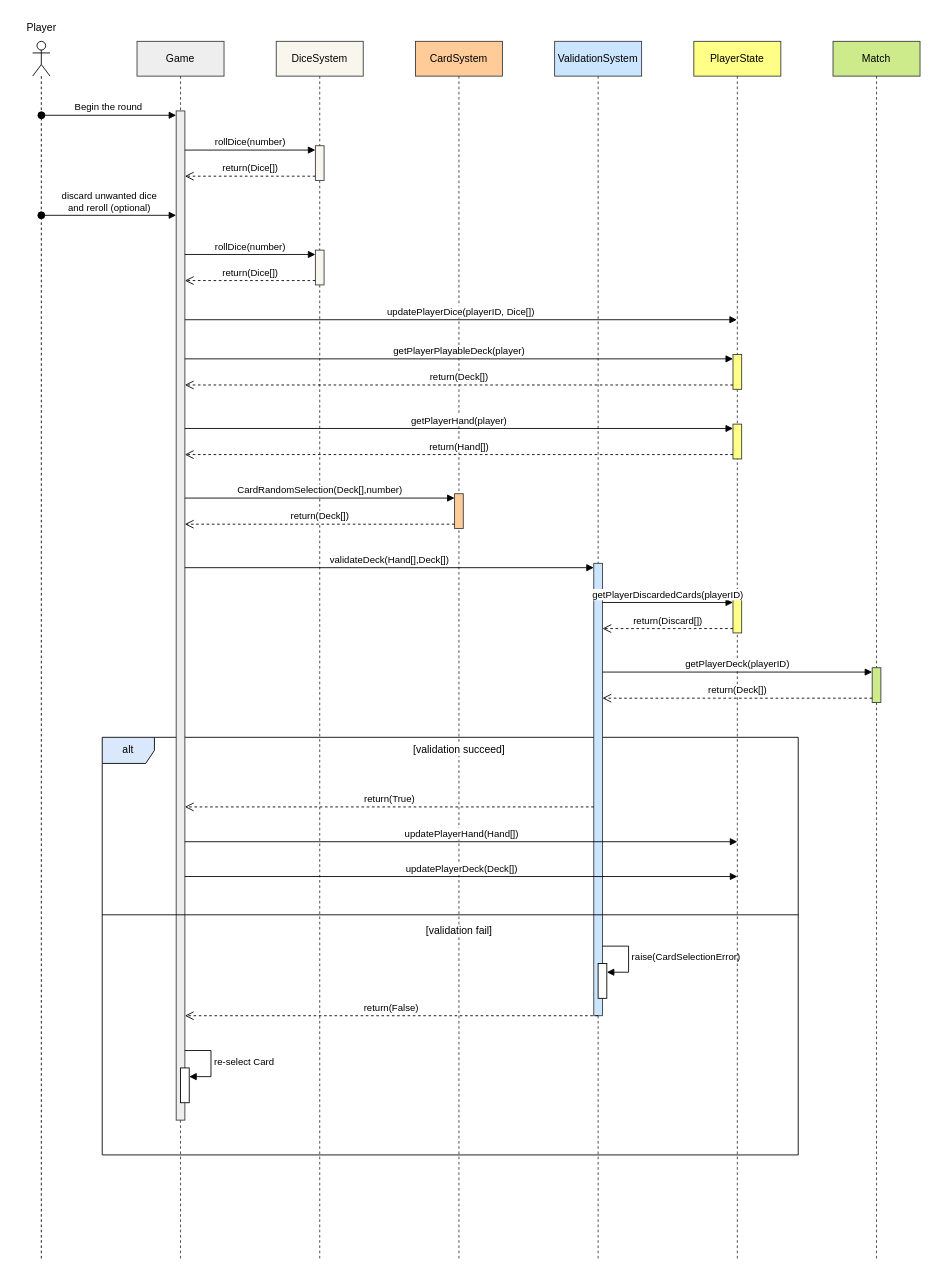
The draw.io diagram planning/game mechanics/Round Beginning.drawio in Crythemoon/PokemonBoardGame, before the edit. Source tidied: cells renumbered, new cells numbered last; positions are measured from the earlier drawing's top-left corner, leaving out a move shared by most shapes. Both pictures are drawn from the tidied source at 87%, with x=0, y=0 at pixel (15, 15).
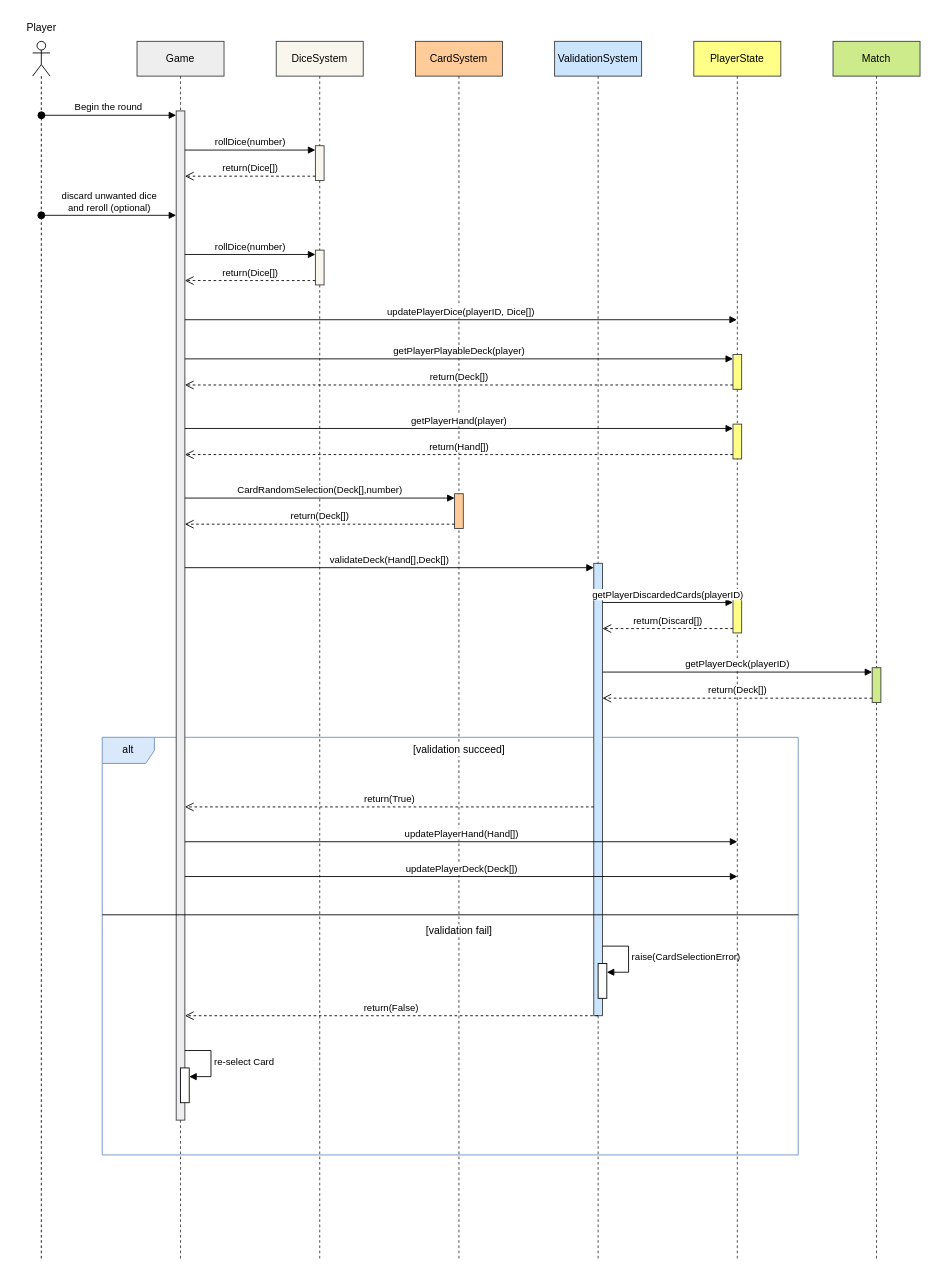
The same diagram, later.

The edit, as a diff of the source:
```diff
@@
-    <mxCell id="2" value="alt" style="shape=umlFrame;whiteSpace=wrap;html=1;fillColor=#dae8fc;strokeColor=default;shadow=0;swimlaneFillColor=none;fillStyle=auto;" parent="1" vertex="1">
+    <mxCell id="2" value="alt" style="shape=umlFrame;whiteSpace=wrap;html=1;fillColor=#dae8fc;strokeColor=#6c8ebf;shadow=0;swimlaneFillColor=none;fillStyle=auto;" parent="1" vertex="1">
       <mxGeometry x="100" y="830" width="800" height="480" as="geometry" />
     </mxCell>
```
